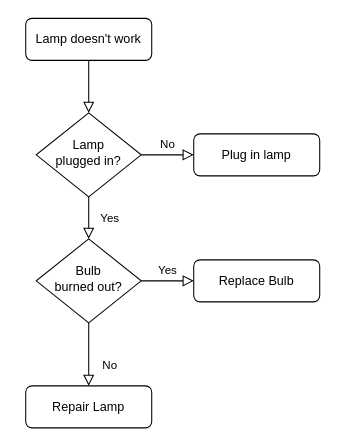
Earlier version of the draw.io diagram 聊天流程.drawio (khhily/diagrams). Source tidied: cells renumbered, new cells numbered last; positions are measured from the earlier drawing's top-left corner, leaving out a move shared by most shapes. Both pictures are drawn from the tidied source at 105%, with x=0, y=0 at pixel (25, 18).
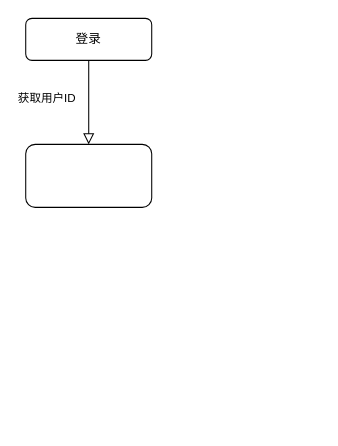
After the change.

Commit message:
更新聊天流程.drawio

What changed in the source:
```diff
@@
 <mxGraphModel>
   <root>
     <mxCell id="0" />
     <mxCell id="1" parent="0" />
-    <mxCell id="2" style="rounded=0;html=1;jettySize=auto;fontSize=11;endArrow=block;endFill=0;endSize=8;strokeWidth=1;shadow=0;labelBackgroundColor=none;edgeStyle=orthogonalEdgeStyle;" parent="1" edge="1" source="3" target="6">
-      <mxGeometry relative="1" as="geometry" />
+    <mxCell id="2" value="获取用户ID" style="rounded=0;html=1;jettySize=auto;fontSize=11;endArrow=block;endFill=0;endSize=8;strokeWidth=1;shadow=0;labelBackgroundColor=none;edgeStyle=orthogonalEdgeStyle;" parent="1" edge="1" source="3" target="13">
+      <mxGeometry x="-0.11" y="-40" relative="1" as="geometry" />
     </mxCell>
-    <mxCell id="3" value="Lamp doesn't work" style="rounded=1;whiteSpace=wrap;html=1;fontSize=12;glass=0;strokeWidth=1;shadow=0;" parent="1" vertex="1">
+    <mxCell id="3" value="登录" style="rounded=1;whiteSpace=wrap;html=1;fontSize=12;glass=0;strokeWidth=1;shadow=0;" parent="1" vertex="1">
       <mxGeometry width="120" height="40" as="geometry" />
     </mxCell>
-    <mxCell id="4" value="Yes" style="rounded=0;html=1;jettySize=auto;fontSize=11;endArrow=block;endFill=0;endSize=8;strokeWidth=1;shadow=0;labelBackgroundColor=none;edgeStyle=orthogonalEdgeStyle;" parent="1" edge="1" source="6" target="10">
-      <mxGeometry y="20" relative="1" as="geometry" />
-    </mxCell>
-    <mxCell id="5" value="No" style="edgeStyle=orthogonalEdgeStyle;rounded=0;html=1;jettySize=auto;fontSize=11;endArrow=block;endFill=0;endSize=8;strokeWidth=1;shadow=0;labelBackgroundColor=none;" parent="1" edge="1" source="6" target="7">
-      <mxGeometry y="10" relative="1" as="geometry" />
-    </mxCell>
-    <mxCell id="6" value="Lamp&lt;br&gt;plugged in?" style="rhombus;whiteSpace=wrap;html=1;shadow=0;fontFamily=Helvetica;fontSize=12;align=center;strokeWidth=1;spacing=6;spacingTop=-4;" parent="1" vertex="1">
-      <mxGeometry x="10" y="90" width="100" height="80" as="geometry" />
-    </mxCell>
-    <mxCell id="7" value="Plug in lamp" style="rounded=1;whiteSpace=wrap;html=1;fontSize=12;glass=0;strokeWidth=1;shadow=0;" parent="1" vertex="1">
-      <mxGeometry x="160" y="110" width="120" height="40" as="geometry" />
-    </mxCell>
-    <mxCell id="8" value="No" style="rounded=0;html=1;jettySize=auto;fontSize=11;endArrow=block;endFill=0;endSize=8;strokeWidth=1;shadow=0;labelBackgroundColor=none;edgeStyle=orthogonalEdgeStyle;" parent="1" edge="1" source="10" target="11">
-      <mxGeometry x="0.33" y="20" relative="1" as="geometry" />
-    </mxCell>
-    <mxCell id="9" value="Yes" style="edgeStyle=orthogonalEdgeStyle;rounded=0;html=1;jettySize=auto;fontSize=11;endArrow=block;endFill=0;endSize=8;strokeWidth=1;shadow=0;labelBackgroundColor=none;" parent="1" edge="1" source="10" target="12">
-      <mxGeometry y="10" relative="1" as="geometry" />
-    </mxCell>
-    <mxCell id="10" value="Bulb&lt;br&gt;burned out?" style="rhombus;whiteSpace=wrap;html=1;shadow=0;fontFamily=Helvetica;fontSize=12;align=center;strokeWidth=1;spacing=6;spacingTop=-4;" parent="1" vertex="1">
-      <mxGeometry x="10" y="210" width="100" height="80" as="geometry" />
-    </mxCell>
-    <mxCell id="11" value="Repair Lamp" style="rounded=1;whiteSpace=wrap;html=1;fontSize=12;glass=0;strokeWidth=1;shadow=0;" parent="1" vertex="1">
-      <mxGeometry y="350" width="120" height="40" as="geometry" />
-    </mxCell>
-    <mxCell id="12" value="Replace Bulb" style="rounded=1;whiteSpace=wrap;html=1;fontSize=12;glass=0;strokeWidth=1;shadow=0;" parent="1" vertex="1">
-      <mxGeometry x="160" y="230" width="120" height="40" as="geometry" />
-    </mxCell>
+    <mxCell id="13" style="rounded=1;whiteSpace=wrap;html=1;" parent="1" vertex="1">
+      <mxGeometry y="120" width="120" height="60" as="geometry" />
+    </mxCell>
   </root>
 </mxGraphModel>
```
